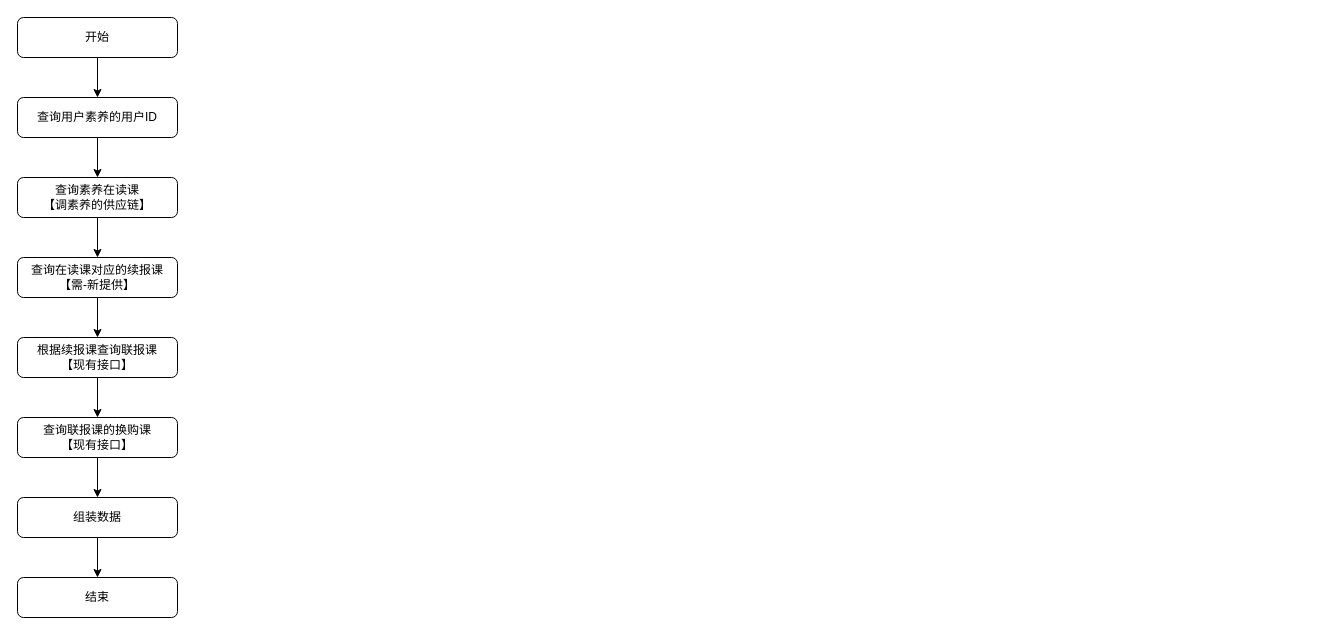
Earlier version of the draw.io diagram xiwang/幼升小.drawio (LanSeTianYe/draw). Source tidied: cells renumbered, new cells numbered last; positions are measured from the earlier drawing's top-left corner, leaving out a move shared by most shapes. Both pictures are drawn from the tidied source at 100%, with x=0, y=0 at pixel (17, 17).
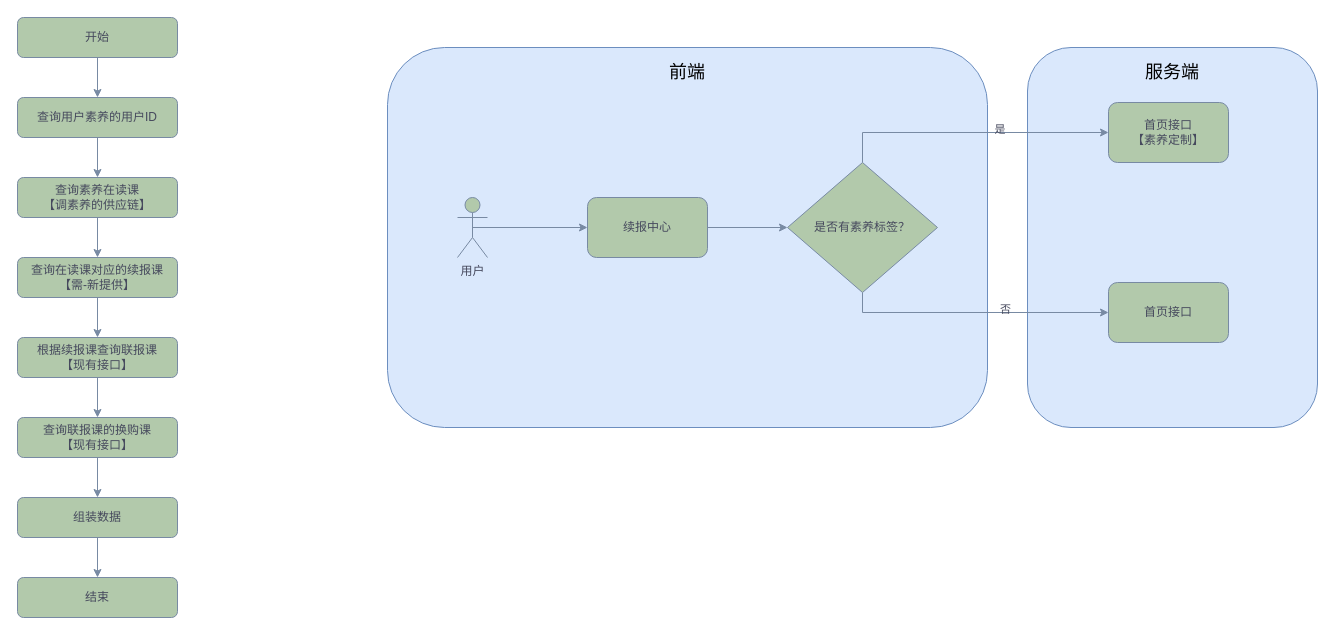
After the change.

Commit message (it also covers changes not shown here):
更新幼升小.drawio

What changed in the source:
```diff
@@
+    <mxCell id="17" style="rounded=1;whiteSpace=wrap;html=1;fillColor=#dae8fc;strokeColor=#6c8ebf;" parent="1" vertex="1">
+      <mxGeometry x="1010" y="30" width="290" height="380" as="geometry" />
+    </mxCell>
+    <mxCell id="18" style="rounded=1;whiteSpace=wrap;html=1;fillColor=#dae8fc;strokeColor=#6c8ebf;" parent="1" vertex="1">
+      <mxGeometry x="370" y="30" width="600" height="380" as="geometry" />
+    </mxCell>
-    <mxCell id="2" style="edgeStyle=orthogonalEdgeStyle;rounded=0;jettySize=auto;html=1;exitX=0.5;exitY=1;exitDx=0;exitDy=0;entryX=0.5;entryY=0;entryDx=0;entryDy=0;" parent="1" edge="1" source="3" target="5">
+    <mxCell id="2" style="edgeStyle=orthogonalEdgeStyle;rounded=0;jettySize=auto;html=1;exitX=0.5;exitY=1;exitDx=0;exitDy=0;entryX=0.5;entryY=0;entryDx=0;entryDy=0;labelBackgroundColor=none;strokeColor=#788AA3;fontColor=default;" parent="1" edge="1" source="3" target="5">
       <mxGeometry relative="1" as="geometry" />
     </mxCell>
-    <mxCell id="3" value="开始" style="rounded=1;whiteSpace=wrap;html=1;" parent="1" vertex="1">
+    <mxCell id="3" value="开始" style="rounded=1;whiteSpace=wrap;html=1;labelBackgroundColor=none;fillColor=#B2C9AB;strokeColor=#788AA3;fontColor=#46495D;" parent="1" vertex="1">
       <mxGeometry width="160" height="40" as="geometry" />
     </mxCell>
-    <mxCell id="4" style="edgeStyle=orthogonalEdgeStyle;rounded=0;jettySize=auto;html=1;exitX=0.5;exitY=1;exitDx=0;exitDy=0;" parent="1" edge="1" source="5" target="7">
+    <mxCell id="4" style="edgeStyle=orthogonalEdgeStyle;rounded=0;jettySize=auto;html=1;exitX=0.5;exitY=1;exitDx=0;exitDy=0;labelBackgroundColor=none;strokeColor=#788AA3;fontColor=default;" parent="1" edge="1" source="5" target="7">
       <mxGeometry relative="1" as="geometry" />
     </mxCell>
-    <mxCell id="5" value="查询用户素养的用户ID" style="rounded=1;whiteSpace=wrap;html=1;" parent="1" vertex="1">
+    <mxCell id="5" value="查询用户素养的用户ID" style="rounded=1;whiteSpace=wrap;html=1;labelBackgroundColor=none;fillColor=#B2C9AB;strokeColor=#788AA3;fontColor=#46495D;" parent="1" vertex="1">
       <mxGeometry y="80" width="160" height="40" as="geometry" />
     </mxCell>
-    <mxCell id="6" style="edgeStyle=orthogonalEdgeStyle;rounded=0;jettySize=auto;html=1;exitX=0.5;exitY=1;exitDx=0;exitDy=0;" parent="1" edge="1" source="7" target="9">
+    <mxCell id="6" style="edgeStyle=orthogonalEdgeStyle;rounded=0;jettySize=auto;html=1;exitX=0.5;exitY=1;exitDx=0;exitDy=0;labelBackgroundColor=none;strokeColor=#788AA3;fontColor=default;" parent="1" edge="1" source="7" target="9">
       <mxGeometry relative="1" as="geometry" />
     </mxCell>
-    <mxCell id="7" value="查询素养在读课&lt;div&gt;【调素养的供应链】&lt;/div&gt;" style="rounded=1;whiteSpace=wrap;html=1;" parent="1" vertex="1">
+    <mxCell id="7" value="查询素养在读课&lt;div&gt;【调素养的供应链】&lt;/div&gt;" style="rounded=1;whiteSpace=wrap;html=1;labelBackgroundColor=none;fillColor=#B2C9AB;strokeColor=#788AA3;fontColor=#46495D;" parent="1" vertex="1">
       <mxGeometry y="160" width="160" height="40" as="geometry" />
     </mxCell>
-    <mxCell id="8" style="edgeStyle=orthogonalEdgeStyle;rounded=0;jettySize=auto;html=1;exitX=0.5;exitY=1;exitDx=0;exitDy=0;entryX=0.5;entryY=0;entryDx=0;entryDy=0;" parent="1" edge="1" source="9" target="11">
+    <mxCell id="8" style="edgeStyle=orthogonalEdgeStyle;rounded=0;jettySize=auto;html=1;exitX=0.5;exitY=1;exitDx=0;exitDy=0;entryX=0.5;entryY=0;entryDx=0;entryDy=0;labelBackgroundColor=none;strokeColor=#788AA3;fontColor=default;" parent="1" edge="1" source="9" target="11">
       <mxGeometry relative="1" as="geometry" />
     </mxCell>
-    <mxCell id="9" value="查询在读课对应的续报课&lt;br&gt;&lt;div&gt;【需-新提供】&lt;/div&gt;" style="rounded=1;whiteSpace=wrap;html=1;" parent="1" vertex="1">
+    <mxCell id="9" value="查询在读课对应的续报课&lt;br&gt;&lt;div&gt;【需-新提供】&lt;/div&gt;" style="rounded=1;whiteSpace=wrap;html=1;labelBackgroundColor=none;fillColor=#B2C9AB;strokeColor=#788AA3;fontColor=#46495D;" parent="1" vertex="1">
       <mxGeometry y="240" width="160" height="40" as="geometry" />
     </mxCell>
-    <mxCell id="10" style="edgeStyle=orthogonalEdgeStyle;rounded=0;jettySize=auto;html=1;exitX=0.5;exitY=1;exitDx=0;exitDy=0;entryX=0.5;entryY=0;entryDx=0;entryDy=0;" parent="1" edge="1" source="11" target="13">
+    <mxCell id="10" style="edgeStyle=orthogonalEdgeStyle;rounded=0;jettySize=auto;html=1;exitX=0.5;exitY=1;exitDx=0;exitDy=0;entryX=0.5;entryY=0;entryDx=0;entryDy=0;labelBackgroundColor=none;strokeColor=#788AA3;fontColor=default;" parent="1" edge="1" source="11" target="13">
       <mxGeometry relative="1" as="geometry" />
     </mxCell>
-    <mxCell id="11" value="根据续报课查询联报课&lt;br&gt;&lt;div&gt;【现有接口】&lt;/div&gt;" style="rounded=1;whiteSpace=wrap;html=1;" parent="1" vertex="1">
+    <mxCell id="11" value="根据续报课查询联报课&lt;br&gt;&lt;div&gt;【现有接口】&lt;/div&gt;" style="rounded=1;whiteSpace=wrap;html=1;labelBackgroundColor=none;fillColor=#B2C9AB;strokeColor=#788AA3;fontColor=#46495D;" parent="1" vertex="1">
       <mxGeometry y="320" width="160" height="40" as="geometry" />
     </mxCell>
-    <mxCell id="12" style="edgeStyle=orthogonalEdgeStyle;rounded=0;jettySize=auto;html=1;exitX=0.5;exitY=1;exitDx=0;exitDy=0;" parent="1" edge="1" source="13" target="15">
+    <mxCell id="12" style="edgeStyle=orthogonalEdgeStyle;rounded=0;jettySize=auto;html=1;exitX=0.5;exitY=1;exitDx=0;exitDy=0;labelBackgroundColor=none;strokeColor=#788AA3;fontColor=default;" parent="1" edge="1" source="13" target="15">
       <mxGeometry relative="1" as="geometry" />
     </mxCell>
-    <mxCell id="13" value="查询联报课的换购课&lt;div&gt;【现有接口】&lt;/div&gt;" style="rounded=1;whiteSpace=wrap;html=1;" parent="1" vertex="1">
+    <mxCell id="13" value="查询联报课的换购课&lt;div&gt;【现有接口】&lt;/div&gt;" style="rounded=1;whiteSpace=wrap;html=1;labelBackgroundColor=none;fillColor=#B2C9AB;strokeColor=#788AA3;fontColor=#46495D;" parent="1" vertex="1">
       <mxGeometry y="400" width="160" height="40" as="geometry" />
     </mxCell>
-    <mxCell id="14" style="edgeStyle=orthogonalEdgeStyle;rounded=0;jettySize=auto;html=1;exitX=0.5;exitY=1;exitDx=0;exitDy=0;entryX=0.5;entryY=0;entryDx=0;entryDy=0;" parent="1" edge="1" source="15" target="16">
+    <mxCell id="14" style="edgeStyle=orthogonalEdgeStyle;rounded=0;jettySize=auto;html=1;exitX=0.5;exitY=1;exitDx=0;exitDy=0;entryX=0.5;entryY=0;entryDx=0;entryDy=0;labelBackgroundColor=none;strokeColor=#788AA3;fontColor=default;" parent="1" edge="1" source="15" target="16">
       <mxGeometry relative="1" as="geometry" />
     </mxCell>
-    <mxCell id="15" value="组装数据" style="rounded=1;whiteSpace=wrap;html=1;" parent="1" vertex="1">
+    <mxCell id="15" value="组装数据" style="rounded=1;whiteSpace=wrap;html=1;labelBackgroundColor=none;fillColor=#B2C9AB;strokeColor=#788AA3;fontColor=#46495D;" parent="1" vertex="1">
       <mxGeometry y="480" width="160" height="40" as="geometry" />
     </mxCell>
-    <mxCell id="16" value="结束" style="rounded=1;whiteSpace=wrap;html=1;" parent="1" vertex="1">
+    <mxCell id="16" value="结束" style="rounded=1;whiteSpace=wrap;html=1;labelBackgroundColor=none;fillColor=#B2C9AB;strokeColor=#788AA3;fontColor=#46495D;" parent="1" vertex="1">
       <mxGeometry y="560" width="160" height="40" as="geometry" />
     </mxCell>
+    <mxCell id="19" style="edgeStyle=orthogonalEdgeStyle;rounded=0;jettySize=auto;html=1;exitX=0.5;exitY=0.5;exitDx=0;exitDy=0;exitPerimeter=0;labelBackgroundColor=none;strokeColor=#788AA3;fontColor=default;" parent="1" edge="1" source="20" target="22">
+      <mxGeometry relative="1" as="geometry" />
+    </mxCell>
+    <mxCell id="20" value="用户" style="shape=umlActor;verticalLabelPosition=bottom;verticalAlign=top;html=1;outlineConnect=0;labelBackgroundColor=none;fillColor=#B2C9AB;strokeColor=#788AA3;fontColor=#46495D;" parent="1" vertex="1">
+      <mxGeometry x="440" y="180" width="30" height="60" as="geometry" />
+    </mxCell>
+    <mxCell id="21" style="edgeStyle=orthogonalEdgeStyle;rounded=0;jettySize=auto;html=1;exitX=1;exitY=0.5;exitDx=0;exitDy=0;labelBackgroundColor=none;strokeColor=#788AA3;fontColor=default;" parent="1" edge="1" source="22" target="27">
+      <mxGeometry relative="1" as="geometry" />
+    </mxCell>
+    <mxCell id="22" value="续报中心" style="rounded=1;whiteSpace=wrap;html=1;labelBackgroundColor=none;fillColor=#B2C9AB;strokeColor=#788AA3;fontColor=#46495D;" parent="1" vertex="1">
+      <mxGeometry x="570" y="180" width="120" height="60" as="geometry" />
+    </mxCell>
+    <mxCell id="23" style="edgeStyle=orthogonalEdgeStyle;rounded=0;jettySize=auto;html=1;exitX=0.5;exitY=0;exitDx=0;exitDy=0;labelBackgroundColor=none;strokeColor=#788AA3;fontColor=default;" parent="1" edge="1" source="27" target="28">
+      <mxGeometry relative="1" as="geometry" />
+    </mxCell>
+    <mxCell id="24" value="是&amp;nbsp;&lt;div&gt;&lt;br&gt;&lt;/div&gt;" style="edgeLabel;html=1;align=center;verticalAlign=middle;labelBackgroundColor=none;fontColor=#46495D;" parent="23" vertex="1">
+      <mxGeometry x="0.22" y="-3" relative="1" as="geometry" />
+    </mxCell>
+    <mxCell id="25" style="edgeStyle=orthogonalEdgeStyle;rounded=0;jettySize=auto;html=1;exitX=0.5;exitY=1;exitDx=0;exitDy=0;entryX=0;entryY=0.5;entryDx=0;entryDy=0;labelBackgroundColor=none;strokeColor=#788AA3;fontColor=default;" parent="1" edge="1" source="27" target="29">
+      <mxGeometry relative="1" as="geometry" />
+    </mxCell>
+    <mxCell id="26" value="否&lt;div&gt;&lt;br&gt;&lt;/div&gt;" style="edgeLabel;html=1;align=center;verticalAlign=middle;labelBackgroundColor=none;fontColor=#46495D;" parent="25" vertex="1">
+      <mxGeometry x="0.22" y="-3" relative="1" as="geometry" />
+    </mxCell>
+    <mxCell id="27" value="是否有素养标签？" style="rhombus;whiteSpace=wrap;html=1;labelBackgroundColor=none;fillColor=#B2C9AB;strokeColor=#788AA3;fontColor=#46495D;" parent="1" vertex="1">
+      <mxGeometry x="770" y="145" width="150" height="130" as="geometry" />
+    </mxCell>
+    <mxCell id="28" value="首页接口&lt;div&gt;【素养定制】&lt;/div&gt;" style="rounded=1;whiteSpace=wrap;html=1;labelBackgroundColor=none;fillColor=#B2C9AB;strokeColor=#788AA3;fontColor=#46495D;" parent="1" vertex="1">
+      <mxGeometry x="1091" y="85" width="120" height="60" as="geometry" />
+    </mxCell>
+    <mxCell id="29" value="首页接口" style="rounded=1;whiteSpace=wrap;html=1;labelBackgroundColor=none;fillColor=#B2C9AB;strokeColor=#788AA3;fontColor=#46495D;" parent="1" vertex="1">
+      <mxGeometry x="1091" y="265" width="120" height="60" as="geometry" />
+    </mxCell>
+    <mxCell id="30" value="&lt;font style=&quot;font-size: 18px;&quot;&gt;前端&lt;/font&gt;" style="text;html=1;align=center;verticalAlign=middle;whiteSpace=wrap;rounded=0;" parent="1" vertex="1">
+      <mxGeometry x="640" y="40" width="60" height="30" as="geometry" />
+    </mxCell>
+    <mxCell id="31" value="&lt;font style=&quot;font-size: 18px;&quot;&gt;服务端&lt;/font&gt;" style="text;html=1;align=center;verticalAlign=middle;whiteSpace=wrap;rounded=0;" parent="1" vertex="1">
+      <mxGeometry x="1125" y="40" width="60" height="30" as="geometry" />
+    </mxCell>
```
